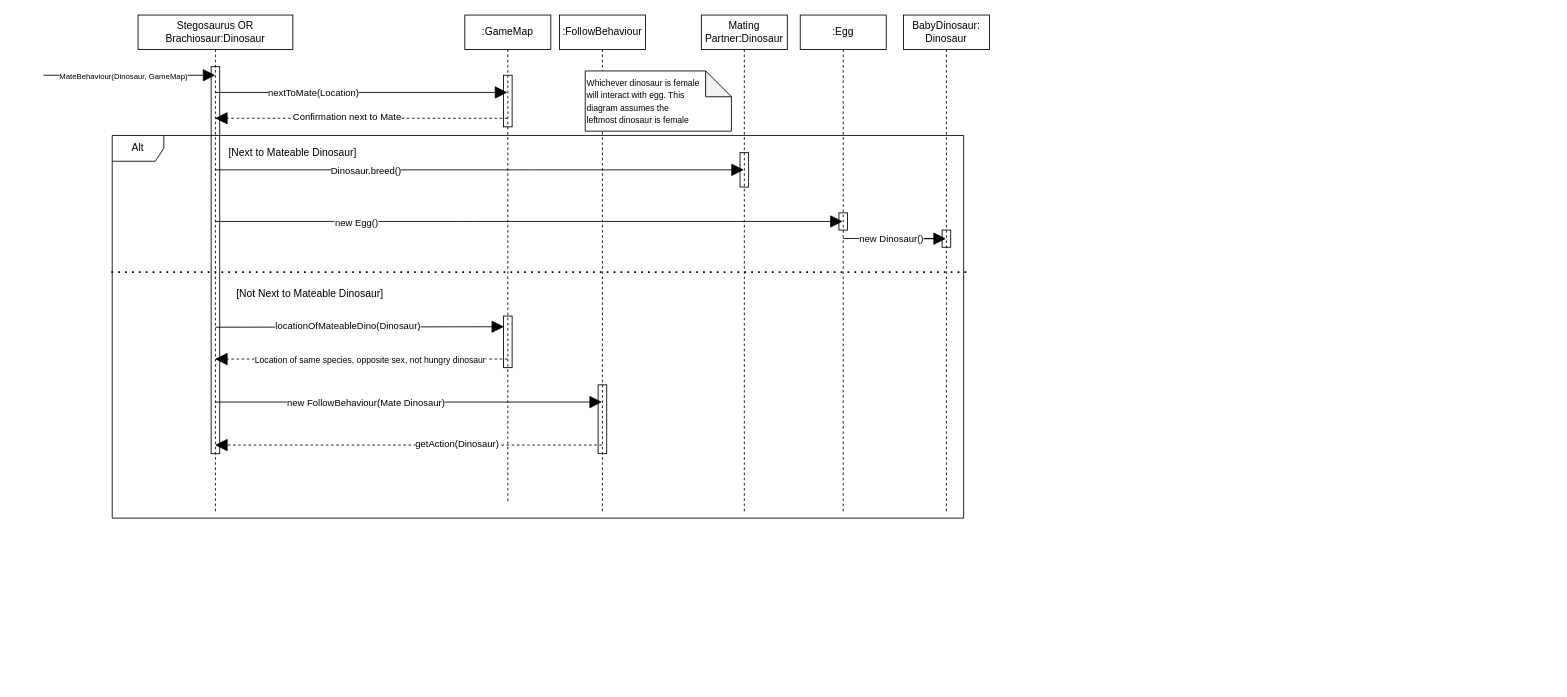
Before: Diagrams/Sequence/Breeding Sequence Diagram.drawio in Dax246/FIT2099, a draw.io diagram. Source tidied: cells renumbered, new cells numbered last; positions are measured from the earlier drawing's top-left corner, leaving out a move shared by most shapes. Both pictures are drawn from the tidied source at 86%, with x=0, y=0 at pixel (43, 15).
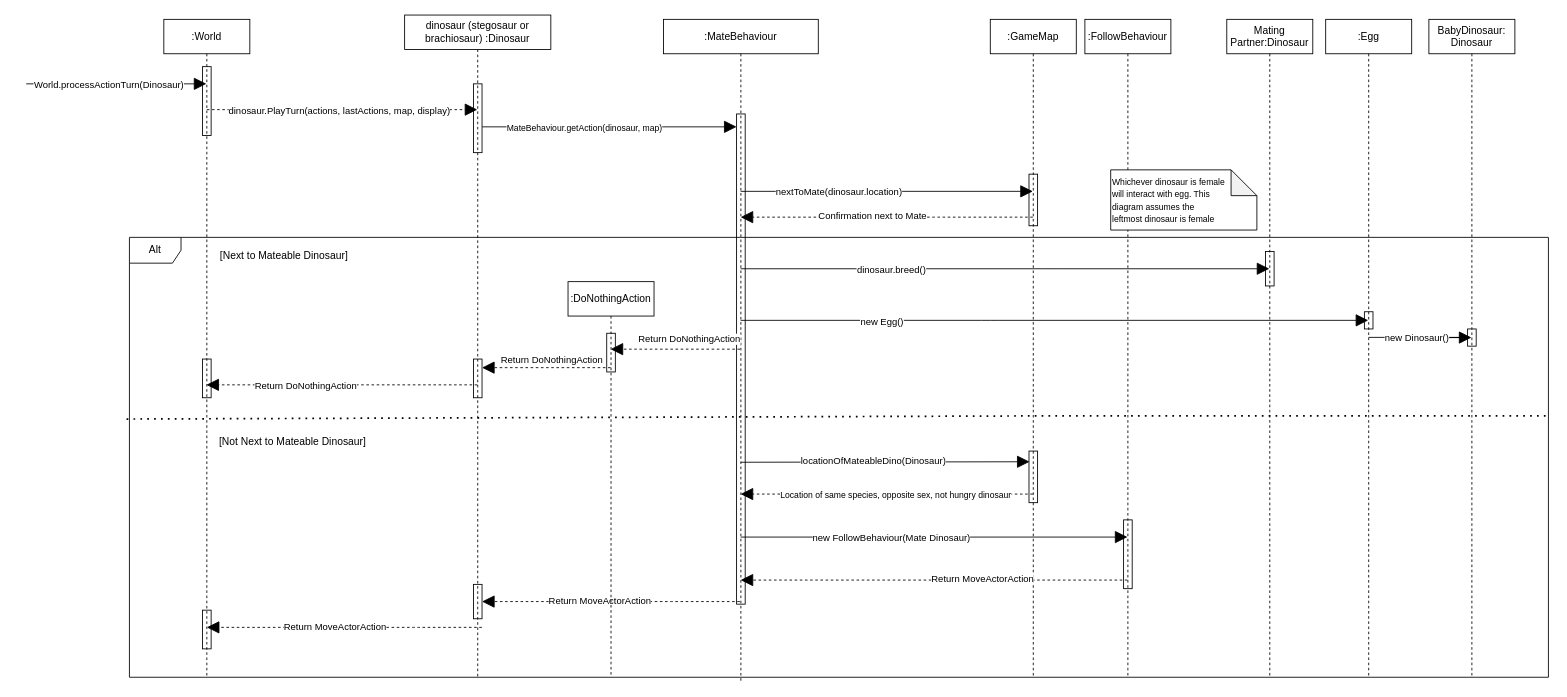
The same diagram, later.

Commit message (it also covers changes not shown here):
Fixed Breeding Sequence Diagram

The edit, as a diff of the source:
```diff
@@
     <mxCell id="2" value="Alt" style="shape=umlFrame;whiteSpace=wrap;html=1;" parent="1" vertex="1">
-      <mxGeometry x="80" y="140" width="990" height="445" as="geometry" />
+      <mxGeometry x="100" y="258.5" width="1650" height="511.5" as="geometry" />
     </mxCell>
     <mxCell id="3" style="html=1;perimeter=orthogonalPerimeter;" parent="1" vertex="1">
-      <mxGeometry x="925" y="230" width="10" height="20" as="geometry" />
+      <mxGeometry x="1536" y="345" width="10" height="20" as="geometry" />
     </mxCell>
     <mxCell id="4" style="html=1;perimeter=orthogonalPerimeter;" parent="1" vertex="1">
-      <mxGeometry x="810" y="160" width="10" height="40" as="geometry" />
+      <mxGeometry x="1421" y="275" width="10" height="40" as="geometry" />
     </mxCell>
     <mxCell id="5" style="html=1;perimeter=orthogonalPerimeter;" parent="1" vertex="1">
-      <mxGeometry x="535" y="70" width="10" height="60" as="geometry" />
+      <mxGeometry x="1146" y="185" width="10" height="60" as="geometry" />
     </mxCell>
     <mxCell id="6" value=":GameMap" style="shape=umlLifeline;perimeter=lifelinePerimeter;whiteSpace=wrap;html=1;outlineConnect=0;" parent="1" vertex="1">
-      <mxGeometry x="490" width="100" height="567.5" as="geometry" />
+      <mxGeometry x="1101" y="5" width="100" height="765" as="geometry" />
     </mxCell>
     <mxCell id="7" value=":FollowBehaviour" style="shape=umlLifeline;perimeter=lifelinePerimeter;whiteSpace=wrap;html=1;outlineConnect=0;" parent="1" vertex="1">
-      <mxGeometry x="600" width="100" height="580" as="geometry" />
+      <mxGeometry x="1211" y="5" width="100" height="765" as="geometry" />
     </mxCell>
     <mxCell id="8" style="html=1;perimeter=orthogonalPerimeter;fillColor=none;" parent="7" vertex="1">
-      <mxGeometry x="45" y="430" width="10" height="80" as="geometry" />
+      <mxGeometry x="45" y="582" width="10" height="80" as="geometry" />
     </mxCell>
-    <mxCell id="9" style="endArrow=block;endFill=1;endSize=12;html=1;dashed=1;" parent="1" edge="1" source="7" target="19">
+    <mxCell id="9" style="endArrow=block;endFill=1;endSize=12;html=1;dashed=1;" parent="1" edge="1">
       <mxGeometry relative="1" as="geometry">
+        <mxPoint x="1260.5" y="657" as="sourcePoint" />
+        <mxPoint x="810.7" y="657" as="targetPoint" />
         <Array as="points">
-          <mxPoint x="570" y="500" />
+          <mxPoint x="1181" y="657" />
         </Array>
       </mxGeometry>
     </mxCell>
-    <mxCell id="10" value="getAction(Dinosaur)" style="edgeLabel;html=1;align=center;verticalAlign=middle;" parent="9" vertex="1">
+    <mxCell id="10" value="Return MoveActorAction" style="edgeLabel;html=1;align=center;verticalAlign=middle;" parent="9" vertex="1">
       <mxGeometry x="-0.25" y="-2" relative="1" as="geometry" />
     </mxCell>
-    <mxCell id="11" style="endArrow=block;endFill=1;endSize=12;html=1;" parent="1" edge="1" source="19" target="25">
+    <mxCell id="11" style="endArrow=block;endFill=1;endSize=12;html=1;" parent="1" edge="1">
       <mxGeometry relative="1" as="geometry">
+        <mxPoint x="810.7" y="295" as="sourcePoint" />
+        <mxPoint x="1425.5" y="295" as="targetPoint" />
         <Array as="points">
-          <mxPoint x="560" y="180" />
+          <mxPoint x="1171" y="295" />
         </Array>
       </mxGeometry>
     </mxCell>
-    <mxCell id="12" value="Dinosaur.breed()" style="edgeLabel;html=1;align=center;verticalAlign=middle;" parent="11" vertex="1">
+    <mxCell id="12" value="dinosaur.breed()" style="edgeLabel;html=1;align=center;verticalAlign=middle;" parent="11" vertex="1">
       <mxGeometry x="-0.43" relative="1" as="geometry" />
     </mxCell>
     <mxCell id="13" value=":Egg" style="shape=umlLifeline;perimeter=lifelinePerimeter;whiteSpace=wrap;html=1;outlineConnect=0;" parent="1" vertex="1">
-      <mxGeometry x="880" width="100" height="580" as="geometry" />
+      <mxGeometry x="1491" y="5" width="100" height="765" as="geometry" />
     </mxCell>
-    <mxCell id="14" style="endArrow=block;endFill=1;endSize=12;html=1;" parent="1" edge="1" source="19" target="13">
+    <mxCell id="14" style="endArrow=block;endFill=1;endSize=12;html=1;" parent="1" edge="1">
       <mxGeometry relative="1" as="geometry">
+        <mxPoint x="810.7" y="355" as="sourcePoint" />
+        <mxPoint x="1540.5" y="355" as="targetPoint" />
         <Array as="points">
-          <mxPoint x="490" y="240" />
+          <mxPoint x="1101" y="355" />
         </Array>
       </mxGeometry>
     </mxCell>
@@
     <mxCell id="16" value="&lt;font style=&quot;font-size: 10px&quot;&gt;Whichever dinosaur is female &lt;br&gt;will interact with egg. This&lt;br&gt;diagram assumes the&lt;br&gt;leftmost dinosaur is female&lt;/font&gt;" style="shape=note;whiteSpace=wrap;html=1;backgroundOutline=1;darkOpacity=0.05;align=left;" parent="1" vertex="1">
-      <mxGeometry x="630" y="65" width="170" height="70" as="geometry" />
+      <mxGeometry x="1241" y="180" width="170" height="70" as="geometry" />
     </mxCell>
     <mxCell id="17" value="BabyDinosaur:&lt;br&gt;Dinosaur" style="shape=umlLifeline;perimeter=lifelinePerimeter;whiteSpace=wrap;html=1;outlineConnect=0;" parent="1" vertex="1">
-      <mxGeometry x="1000" width="100" height="580" as="geometry" />
+      <mxGeometry x="1611" y="5" width="100" height="765" as="geometry" />
     </mxCell>
-    <mxCell id="18" style="endArrow=block;endFill=1;endSize=12;html=1;startArrow=none;" parent="1" edge="1" source="36" target="17">
+    <mxCell id="18" style="endArrow=block;endFill=1;endSize=12;html=1;startArrow=none;" parent="1" edge="1" source="36">
       <mxGeometry relative="1" as="geometry">
+        <mxPoint x="1660.5" y="375" as="targetPoint" />
         <Array as="points">
-          <mxPoint x="990" y="260" />
+          <mxPoint x="1601" y="375" />
         </Array>
       </mxGeometry>
     </mxCell>
-    <mxCell id="19" value="Stegosaurus OR Brachiosaur:Dinosaur" style="shape=umlLifeline;perimeter=lifelinePerimeter;whiteSpace=wrap;html=1;outlineConnect=0;" parent="1" vertex="1">
-      <mxGeometry x="110" width="180" height="580" as="geometry" />
+    <mxCell id="19" value=":MateBehaviour" style="shape=umlLifeline;perimeter=lifelinePerimeter;whiteSpace=wrap;html=1;outlineConnect=0;" parent="1" vertex="1">
+      <mxGeometry x="721" y="5" width="180" height="770" as="geometry" />
     </mxCell>
     <mxCell id="20" style="html=1;perimeter=orthogonalPerimeter;fillColor=none;" parent="19" vertex="1">
-      <mxGeometry x="85" y="60" width="10" height="450" as="geometry" />
+      <mxGeometry x="85" y="110" width="10" height="570" as="geometry" />
     </mxCell>
     <mxCell id="21" style="endArrow=block;endFill=1;endSize=12;html=1;entryX=0.071;entryY=0.207;entryDx=0;entryDy=0;entryPerimeter=0;" parent="1" edge="1" target="35">
       <mxGeometry relative="1" as="geometry">
-        <mxPoint x="200" y="363" as="sourcePoint" />
+        <mxPoint x="811" y="520" as="sourcePoint" />
       </mxGeometry>
     </mxCell>
@@
-    <mxCell id="23" style="endArrow=block;dashed=1;endFill=1;endSize=12;html=1;" parent="1" edge="1" source="6" target="19">
+    <mxCell id="23" style="endArrow=block;dashed=1;endFill=1;endSize=12;html=1;" parent="1" edge="1">
       <mxGeometry relative="1" as="geometry">
+        <mxPoint x="1150.5" y="557" as="sourcePoint" />
+        <mxPoint x="810.7" y="557" as="targetPoint" />
         <Array as="points">
-          <mxPoint x="500" y="400" />
-          <mxPoint x="450" y="400" />
+          <mxPoint x="1111" y="557" />
+          <mxPoint x="1061" y="557" />
         </Array>
       </mxGeometry>
     </mxCell>
@@
     <mxCell id="25" value="Mating Partner:Dinosaur" style="shape=umlLifeline;perimeter=lifelinePerimeter;whiteSpace=wrap;html=1;outlineConnect=0;" parent="1" vertex="1">
-      <mxGeometry x="765" width="100" height="580" as="geometry" />
+      <mxGeometry x="1376" y="5" width="100" height="765" as="geometry" />
     </mxCell>
-    <mxCell id="26" style="endArrow=block;endFill=1;endSize=12;html=1;" parent="1" edge="1" source="19" target="7">
+    <mxCell id="26" style="endArrow=block;endFill=1;endSize=12;html=1;" parent="1" edge="1">
       <mxGeometry relative="1" as="geometry">
+        <mxPoint x="810.7" y="607" as="sourcePoint" />
+        <mxPoint x="1260.5" y="607" as="targetPoint" />
         <Array as="points">
-          <mxPoint x="400" y="450" />
+          <mxPoint x="1011" y="607" />
         </Array>
       </mxGeometry>
     </mxCell>
@@
-    <mxCell id="28" style="endArrow=block;endFill=1;endSize=12;html=1;" parent="1" edge="1" source="19" target="6">
+    <mxCell id="28" style="endArrow=block;endFill=1;endSize=12;html=1;" parent="1" edge="1">
       <mxGeometry relative="1" as="geometry">
+        <mxPoint x="810.7" y="205" as="sourcePoint" />
+        <mxPoint x="1150.5" y="205" as="targetPoint" />
         <Array as="points">
-          <mxPoint x="350" y="90" />
+          <mxPoint x="961" y="205" />
         </Array>
       </mxGeometry>
     </mxCell>
-    <mxCell id="29" value="nextToMate(Location)" style="edgeLabel;html=1;align=center;verticalAlign=middle;" parent="28" vertex="1">
+    <mxCell id="29" value="nextToMate(dinosaur.location)" style="edgeLabel;html=1;align=center;verticalAlign=middle;" parent="28" vertex="1">
       <mxGeometry x="-0.33" relative="1" as="geometry" />
     </mxCell>
-    <mxCell id="30" style="endArrow=block;dashed=1;endFill=1;endSize=12;html=1;" parent="1" edge="1" source="6" target="19">
+    <mxCell id="30" style="endArrow=block;dashed=1;endFill=1;endSize=12;html=1;" parent="1" edge="1">
       <mxGeometry relative="1" as="geometry">
+        <mxPoint x="1150.5" y="235" as="sourcePoint" />
+        <mxPoint x="810.7" y="235" as="targetPoint" />
         <Array as="points">
-          <mxPoint x="430" y="120" />
+          <mxPoint x="1041" y="235" />
         </Array>
       </mxGeometry>
     </mxCell>
@@
     <mxCell id="32" value="[Next to Mateable Dinosaur]" style="text;html=1;strokeColor=none;fillColor=none;align=center;verticalAlign=middle;whiteSpace=wrap;rounded=0;" parent="1" vertex="1">
-      <mxGeometry x="210" y="150" width="160" height="20" as="geometry" />
+      <mxGeometry x="200" y="270" width="160" height="20" as="geometry" />
     </mxCell>
-    <mxCell id="33" style="endArrow=none;dashed=1;html=1;dashPattern=1 3;strokeWidth=2;exitX=-0.001;exitY=0.357;exitDx=0;exitDy=0;exitPerimeter=0;entryX=1.003;entryY=0.357;entryDx=0;entryDy=0;entryPerimeter=0;" parent="1" edge="1" source="2" target="2">
-      <mxGeometry relative="1" as="geometry" />
+    <mxCell id="33" style="endArrow=none;dashed=1;html=1;dashPattern=1 3;strokeWidth=2;exitX=-0.002;exitY=0.413;exitDx=0;exitDy=0;exitPerimeter=0;" parent="1" edge="1" source="2">
+      <mxGeometry relative="1" as="geometry">
+        <mxPoint x="1752" y="466" as="targetPoint" />
+        <Array as="points">
+          <mxPoint x="1190" y="466" />
+        </Array>
+      </mxGeometry>
     </mxCell>
     <mxCell id="34" value="[Not Next to Mateable Dinosaur]" style="text;html=1;strokeColor=none;fillColor=none;align=center;verticalAlign=middle;whiteSpace=wrap;rounded=0;" parent="1" vertex="1">
-      <mxGeometry x="190" y="314" width="240" height="20" as="geometry" />
+      <mxGeometry x="170" y="487" width="240" height="20" as="geometry" />
     </mxCell>
     <mxCell id="35" style="html=1;points=[];perimeter=orthogonalPerimeter;fillColor=none;" parent="1" vertex="1">
-      <mxGeometry x="535" y="350" width="10" height="60" as="geometry" />
+      <mxGeometry x="1146" y="507" width="10" height="60" as="geometry" />
     </mxCell>
     <mxCell id="36" style="html=1;points=[];perimeter=orthogonalPerimeter;fillColor=none;" parent="1" vertex="1">
-      <mxGeometry x="1045" y="250" width="10" height="20" as="geometry" />
+      <mxGeometry x="1656" y="365" width="10" height="20" as="geometry" />
     </mxCell>
     <mxCell id="37" style="endArrow=none;endFill=1;endSize=12;html=1;" parent="1" edge="1">
       <mxGeometry relative="1" as="geometry">
-        <mxPoint x="930" y="259.8" as="sourcePoint" />
-        <mxPoint x="1045" y="259.8" as="targetPoint" />
+        <mxPoint x="1541" y="374.8" as="sourcePoint" />
+        <mxPoint x="1656" y="374.8" as="targetPoint" />
       </mxGeometry>
     </mxCell>
@@
     <mxCell id="39" style="endArrow=block;endFill=1;endSize=12;html=1;" parent="1" edge="1">
       <mxGeometry relative="1" as="geometry">
-        <mxPoint y="70" as="sourcePoint" />
-        <mxPoint x="200" y="70" as="targetPoint" />
+        <mxPoint x="510.2" y="130" as="sourcePoint" />
+        <mxPoint x="806" y="130" as="targetPoint" />
       </mxGeometry>
     </mxCell>
-    <mxCell id="40" value="&lt;font style=&quot;font-size: 9px&quot;&gt;MateBehaviour(Dinosaur, GameMap)&lt;/font&gt;" style="edgeLabel;html=1;align=center;verticalAlign=middle;" parent="39" vertex="1">
+    <mxCell id="40" value="&lt;font size=&quot;1&quot;&gt;MateBehaviour.getAction(dinosaur, map)&lt;/font&gt;" style="edgeLabel;html=1;align=center;verticalAlign=middle;" parent="39" vertex="1">
       <mxGeometry x="-0.52" y="1" relative="1" as="geometry">
-        <mxPoint x="44" y="1" as="offset" />
+        <mxPoint x="47" y="1" as="offset" />
       </mxGeometry>
     </mxCell>
+    <mxCell id="41" value=":World" style="shape=umlLifeline;perimeter=lifelinePerimeter;whiteSpace=wrap;html=1;outlineConnect=0;" parent="1" vertex="1">
+      <mxGeometry x="140" y="5" width="100" height="765" as="geometry" />
+    </mxCell>
+    <mxCell id="42" style="endArrow=block;dashed=1;endFill=1;endSize=12;html=1;" parent="41" edge="1" target="49">
+      <mxGeometry relative="1" as="geometry">
+        <mxPoint x="50" y="105" as="sourcePoint" />
+      </mxGeometry>
+    </mxCell>
+    <mxCell id="43" value="dinosaur.PlayTurn(actions, lastActions, map, display)" style="edgeLabel;html=1;align=center;verticalAlign=middle;" parent="42" vertex="1">
+      <mxGeometry x="-0.42" y="-1" relative="1" as="geometry">
+        <mxPoint x="62" y="-1" as="offset" />
+      </mxGeometry>
+    </mxCell>
+    <mxCell id="44" style="html=1;perimeter=orthogonalPerimeter;fillColor=none;" parent="41" vertex="1">
+      <mxGeometry x="45" y="687" width="10" height="45" as="geometry" />
+    </mxCell>
+    <mxCell id="45" style="html=1;perimeter=orthogonalPerimeter;fillColor=none;" parent="41" vertex="1">
+      <mxGeometry x="45" y="55" width="10" height="80" as="geometry" />
+    </mxCell>
+    <mxCell id="46" style="html=1;perimeter=orthogonalPerimeter;fillColor=none;" parent="41" vertex="1">
+      <mxGeometry x="45" y="395" width="10" height="45" as="geometry" />
+    </mxCell>
+    <mxCell id="47" style="endArrow=block;endFill=1;endSize=12;html=1;" parent="1" edge="1" target="41">
+      <mxGeometry relative="1" as="geometry">
+        <mxPoint x="-20" y="80" as="sourcePoint" />
+        <Array as="points">
+          <mxPoint x="100" y="80" />
+        </Array>
+      </mxGeometry>
+    </mxCell>
+    <mxCell id="48" value="World.processActionTurn(Dinosaur)" style="edgeLabel;html=1;align=center;verticalAlign=middle;" parent="47" vertex="1">
+      <mxGeometry x="-0.48" y="2" relative="1" as="geometry">
+        <mxPoint x="41" y="2" as="offset" />
+      </mxGeometry>
+    </mxCell>
+    <mxCell id="49" value="dinosaur (stegosaur or brachiosaur) :Dinosaur" style="shape=umlLifeline;perimeter=lifelinePerimeter;whiteSpace=wrap;html=1;outlineConnect=0;" parent="1" vertex="1">
+      <mxGeometry x="420" width="170" height="770" as="geometry" />
+    </mxCell>
+    <mxCell id="50" style="html=1;points=[];perimeter=orthogonalPerimeter;fillColor=none;" parent="49" vertex="1">
+      <mxGeometry x="80" y="662" width="10" height="40" as="geometry" />
+    </mxCell>
+    <mxCell id="51" style="html=1;perimeter=orthogonalPerimeter;fillColor=none;" parent="49" vertex="1">
+      <mxGeometry x="80" y="80" width="10" height="80" as="geometry" />
+    </mxCell>
+    <mxCell id="52" style="endArrow=block;endFill=1;endSize=12;html=1;dashed=1;" parent="1" edge="1" target="50">
+      <mxGeometry relative="1" as="geometry">
+        <mxPoint x="809.8" y="682" as="sourcePoint" />
+        <Array as="points">
+          <mxPoint x="730.3" y="682" />
+        </Array>
+      </mxGeometry>
+    </mxCell>
+    <mxCell id="53" value="Return MoveActorAction" style="edgeLabel;html=1;align=center;verticalAlign=middle;" parent="52" vertex="1">
+      <mxGeometry x="-0.25" y="-2" relative="1" as="geometry">
+        <mxPoint x="-51" as="offset" />
+      </mxGeometry>
+    </mxCell>
+    <mxCell id="54" style="endArrow=block;endFill=1;endSize=12;html=1;dashed=1;" parent="1" edge="1">
+      <mxGeometry relative="1" as="geometry">
+        <mxPoint x="509.8" y="712" as="sourcePoint" />
+        <mxPoint x="190" y="712" as="targetPoint" />
+        <Array as="points">
+          <mxPoint x="430.3" y="712" />
+        </Array>
+      </mxGeometry>
+    </mxCell>
+    <mxCell id="55" value="Return MoveActorAction" style="edgeLabel;html=1;align=center;verticalAlign=middle;" parent="54" vertex="1">
+      <mxGeometry x="-0.25" y="-2" relative="1" as="geometry">
+        <mxPoint x="-51" as="offset" />
+      </mxGeometry>
+    </mxCell>
+    <mxCell id="56" style="endArrow=block;endFill=1;endSize=12;html=1;dashed=1;" parent="1" edge="1" target="58">
+      <mxGeometry relative="1" as="geometry">
+        <mxPoint x="810" y="388.5" as="sourcePoint" />
+      </mxGeometry>
+    </mxCell>
+    <mxCell id="57" value="Return DoNothingAction" style="edgeLabel;html=1;align=center;verticalAlign=middle;" parent="56" vertex="1">
+      <mxGeometry x="0.59" y="-2" relative="1" as="geometry">
+        <mxPoint x="60" y="-10" as="offset" />
+      </mxGeometry>
+    </mxCell>
+    <mxCell id="58" value=":DoNothingAction" style="shape=umlLifeline;perimeter=lifelinePerimeter;whiteSpace=wrap;html=1;outlineConnect=0;fillColor=none;" parent="1" vertex="1">
+      <mxGeometry x="610" y="310" width="100" height="460" as="geometry" />
+    </mxCell>
+    <mxCell id="59" style="html=1;perimeter=orthogonalPerimeter;fillColor=none;" parent="58" vertex="1">
+      <mxGeometry x="45" y="60" width="10" height="45" as="geometry" />
+    </mxCell>
+    <mxCell id="60" style="endArrow=block;endFill=1;endSize=12;html=1;dashed=1;" parent="1" edge="1">
+      <mxGeometry relative="1" as="geometry">
+        <mxPoint x="659.5" y="410" as="sourcePoint" />
+        <mxPoint x="510" y="410" as="targetPoint" />
+      </mxGeometry>
+    </mxCell>
+    <mxCell id="61" value="Return DoNothingAction" style="edgeLabel;html=1;align=center;verticalAlign=middle;" parent="60" vertex="1">
+      <mxGeometry x="0.59" y="-2" relative="1" as="geometry">
+        <mxPoint x="50" y="-8" as="offset" />
+      </mxGeometry>
+    </mxCell>
+    <mxCell id="62" style="endArrow=block;endFill=1;endSize=12;html=1;dashed=1;" parent="1" edge="1">
+      <mxGeometry relative="1" as="geometry">
+        <mxPoint x="504.5" y="430" as="sourcePoint" />
+        <mxPoint x="189.5" y="430" as="targetPoint" />
+        <Array as="points">
+          <mxPoint x="450" y="430" />
+        </Array>
+      </mxGeometry>
+    </mxCell>
+    <mxCell id="63" value="Return DoNothingAction" style="edgeLabel;html=1;align=center;verticalAlign=middle;" parent="62" vertex="1">
+      <mxGeometry x="0.59" y="-2" relative="1" as="geometry">
+        <mxPoint x="50" y="2" as="offset" />
+      </mxGeometry>
+    </mxCell>
+    <mxCell id="64" style="html=1;perimeter=orthogonalPerimeter;fillColor=none;" parent="1" vertex="1">
+      <mxGeometry x="500" y="400" width="10" height="45" as="geometry" />
+    </mxCell>
+    <mxCell id="65" style="edgeStyle=orthogonalEdgeStyle;rounded=0;orthogonalLoop=1;jettySize=auto;html=1;exitX=0.5;exitY=1;exitDx=0;exitDy=0;dashed=1;endArrow=block;endFill=1;" parent="1" edge="1" source="34" target="34">
+      <mxGeometry relative="1" as="geometry" />
+    </mxCell>
```
